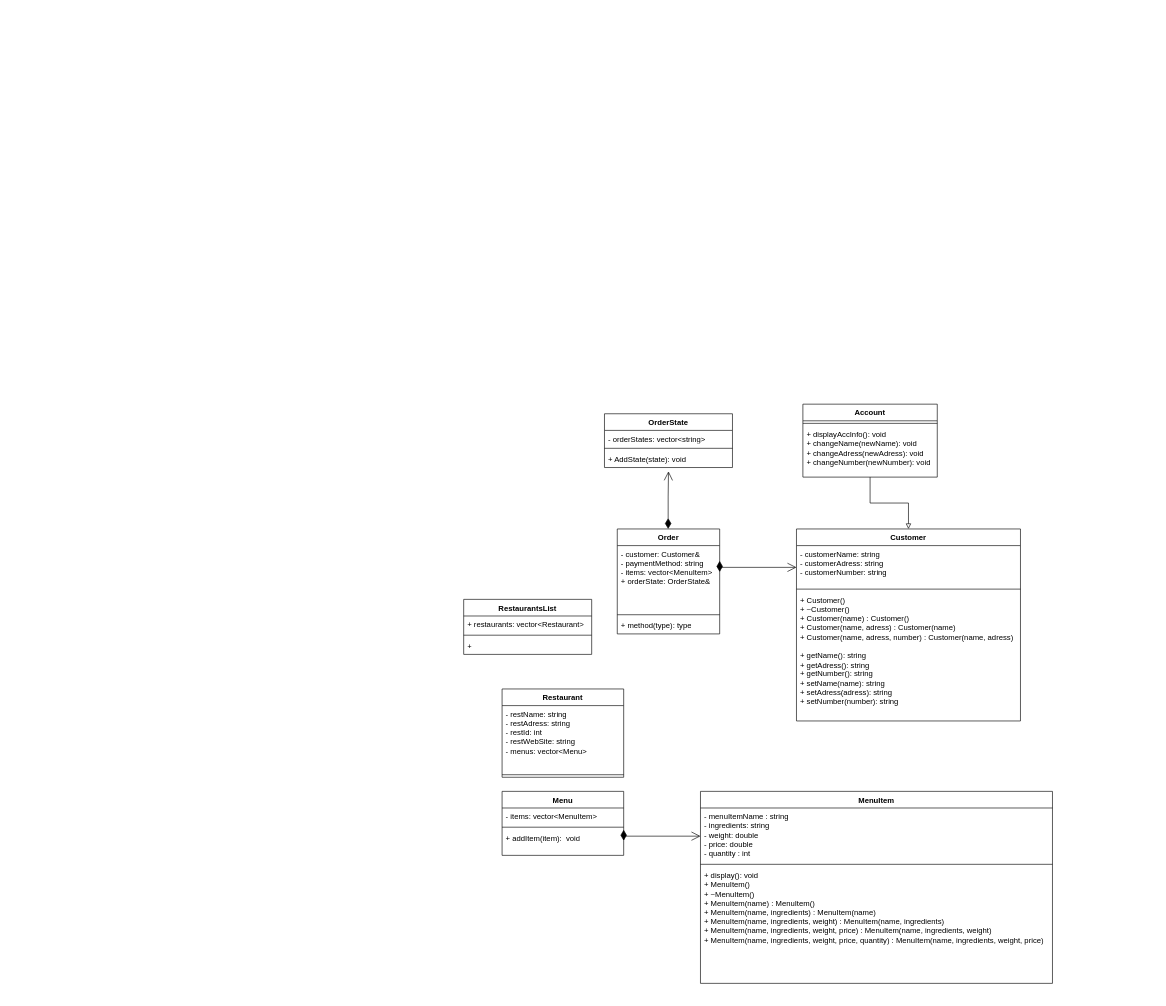
The draw.io diagram Діаграма без назви.drawio in peerpressurre/diagrams, before the edit. Source tidied: cells renumbered, new cells numbered last; positions are measured from the earlier drawing's top-left corner, leaving out a move shared by most shapes. Both pictures are drawn from the tidied source at 64%, with x=0, y=0 at pixel (463, 404).
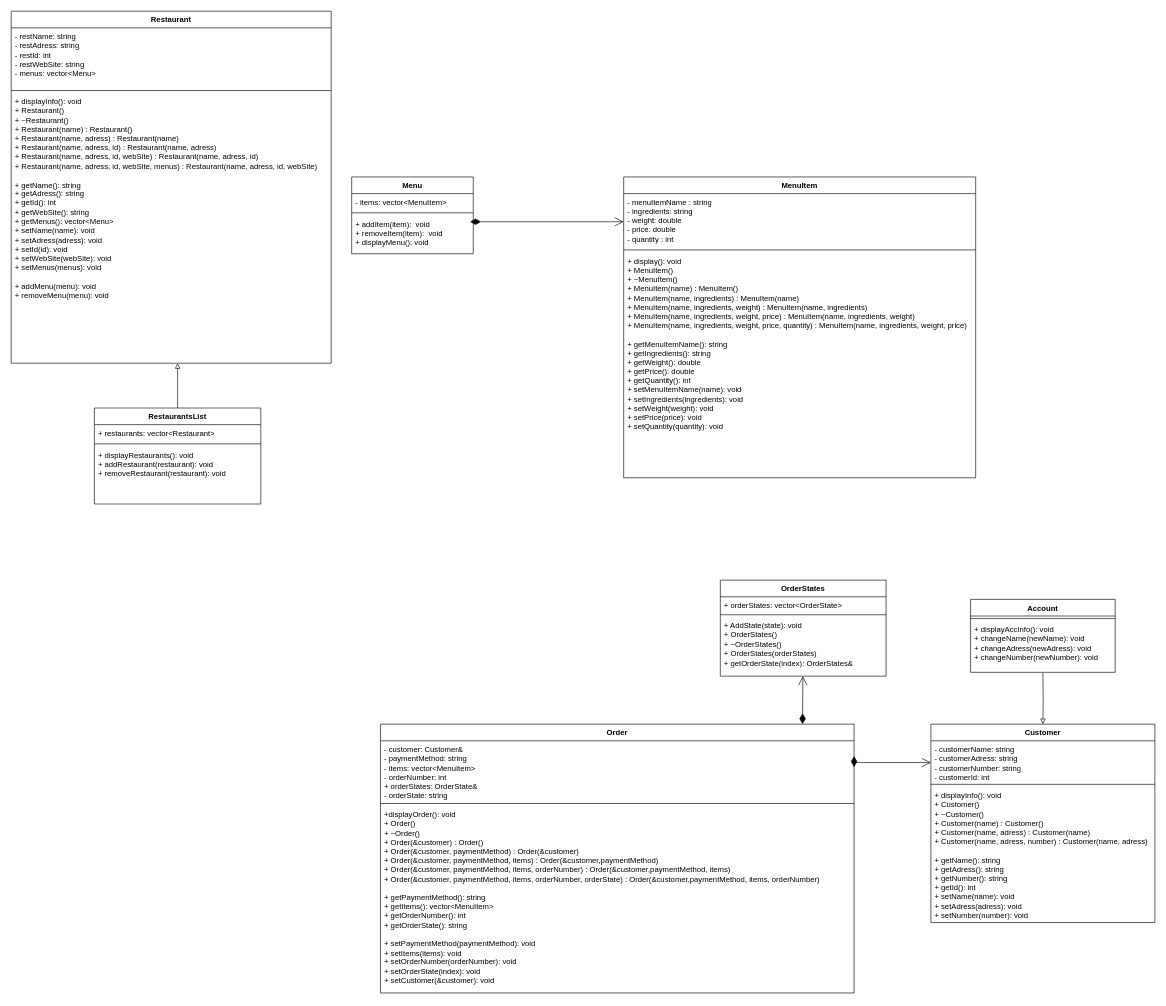
Above is the later version.

What changed in the source:
```diff
@@
     <mxCell id="2" value="Customer" style="swimlane;fontStyle=1;align=center;verticalAlign=top;horizontal=1;startSize=26;whiteSpace=wrap;html=1;" parent="1" vertex="1">
-      <mxGeometry x="520" y="195" width="350" height="300" as="geometry" />
+      <mxGeometry x="730" y="500" width="350" height="310" as="geometry" />
     </mxCell>
-    <mxCell id="3" value="- customerName: string&lt;br&gt;- customerAdress: string&lt;br&gt;- customerNumber: string" style="text;strokeColor=none;fillColor=none;align=left;verticalAlign=top;spacingLeft=4;spacingRight=4;overflow=hidden;whiteSpace=wrap;html=1;" parent="2" vertex="1">
+    <mxCell id="3" value="- customerName: string&lt;br&gt;- customerAdress: string&lt;br&gt;- customerNumber: string&lt;br&gt;- customerId: int" style="text;strokeColor=none;fillColor=none;align=left;verticalAlign=top;spacingLeft=4;spacingRight=4;overflow=hidden;whiteSpace=wrap;html=1;" parent="2" vertex="1">
       <mxGeometry y="26" width="350" height="64" as="geometry" />
     </mxCell>
@@
-    <mxCell id="5" value="+ Customer()&lt;br&gt;+ ~Customer()&lt;br&gt;+ Customer(name) : Customer()&lt;br&gt;+ Customer(name, adress) : Customer(name)&lt;br&gt;+ Customer(name, adress, number) : Customer(name, adress)&lt;br style=&quot;border-color: var(--border-color);&quot;&gt;&lt;br&gt;+ getName(): string&lt;br&gt;+ getAdress(): string&lt;br&gt;+ getNumber(): string&lt;br&gt;+ setName(name): string&lt;br style=&quot;border-color: var(--border-color);&quot;&gt;+ setAdress(adress): string&lt;br style=&quot;border-color: var(--border-color);&quot;&gt;+ setNumber(number): string" style="text;strokeColor=none;fillColor=none;align=left;verticalAlign=top;spacingLeft=4;spacingRight=4;overflow=hidden;whiteSpace=wrap;html=1;" parent="2" vertex="1">
-      <mxGeometry y="98" width="350" height="202" as="geometry" />
+    <mxCell id="5" value="+ displayInfo(): void&lt;br&gt;+ Customer()&lt;br&gt;+ ~Customer()&lt;br&gt;+ Customer(name) : Customer()&lt;br&gt;+ Customer(name, adress) : Customer(name)&lt;br&gt;+ Customer(name, adress, number) : Customer(name, adress)&lt;br style=&quot;border-color: var(--border-color);&quot;&gt;&lt;br&gt;+ getName(): string&lt;br&gt;+ getAdress(): string&lt;br&gt;+ getNumber(): string&lt;br&gt;+ getId(): int&lt;br&gt;+ setName(name): void&lt;br style=&quot;border-color: var(--border-color);&quot;&gt;+ setAdress(adress): void&lt;br style=&quot;border-color: var(--border-color);&quot;&gt;+ setNumber(number): void" style="text;strokeColor=none;fillColor=none;align=left;verticalAlign=top;spacingLeft=4;spacingRight=4;overflow=hidden;whiteSpace=wrap;html=1;" parent="2" vertex="1">
+      <mxGeometry y="98" width="350" height="212" as="geometry" />
     </mxCell>
     <mxCell id="6" value="MenuItem" style="swimlane;fontStyle=1;align=center;verticalAlign=top;horizontal=1;startSize=26;whiteSpace=wrap;html=1;" parent="1" vertex="1">
-      <mxGeometry x="370" y="605" width="550" height="300" as="geometry" />
+      <mxGeometry x="250" y="-355" width="550" height="470" as="geometry" />
     </mxCell>
@@
-    <mxCell id="9" value="+ display(): void&lt;br&gt;+ MenuItem()&lt;br&gt;+ ~MenuItem()&lt;br&gt;+ MenuItem(name) : MenuItem()&lt;br&gt;+ MenuItem(name, ingredients) : MenuItem(name)&lt;br&gt;+ MenuItem(name, ingredients, weight) : MenuItem(name, ingredients)&lt;br&gt;+ MenuItem(name, ingredients, weight, price) : MenuItem(name, ingredients, weight)&lt;br&gt;+ MenuItem(name, ingredients, weight, price, quantity) : MenuItem(name, ingredients, weight, price)" style="text;strokeColor=none;fillColor=none;align=left;verticalAlign=top;spacingLeft=4;spacingRight=4;overflow=hidden;whiteSpace=wrap;html=1;" parent="6" vertex="1">
-      <mxGeometry y="118" width="550" height="182" as="geometry" />
+    <mxCell id="9" value="+ display(): void&lt;br&gt;+ MenuItem()&lt;br&gt;+ ~MenuItem()&lt;br&gt;+ MenuItem(name) : MenuItem()&lt;br&gt;+ MenuItem(name, ingredients) : MenuItem(name)&lt;br&gt;+ MenuItem(name, ingredients, weight) : MenuItem(name, ingredients)&lt;br&gt;+ MenuItem(name, ingredients, weight, price) : MenuItem(name, ingredients, weight)&lt;br&gt;+ MenuItem(name, ingredients, weight, price, quantity) : MenuItem(name, ingredients, weight, price)&lt;br&gt;&lt;br&gt;+ getMenuItemName(): string&lt;br&gt;+ getIngredients(): string&lt;br&gt;+ getWeight(): double&lt;br&gt;+ getPrice(): double&lt;br&gt;+ getQuantity(): int&lt;br&gt;+ setMenuItemName(name): void&lt;br style=&quot;border-color: var(--border-color);&quot;&gt;+ setIngredients(ingredients): void&lt;br style=&quot;border-color: var(--border-color);&quot;&gt;+ setWeight(weight): void&lt;br style=&quot;border-color: var(--border-color);&quot;&gt;+ setPrice(price): void&lt;br style=&quot;border-color: var(--border-color);&quot;&gt;+ setQuantity(quantity): void" style="text;strokeColor=none;fillColor=none;align=left;verticalAlign=top;spacingLeft=4;spacingRight=4;overflow=hidden;whiteSpace=wrap;html=1;" parent="6" vertex="1">
+      <mxGeometry y="118" width="550" height="352" as="geometry" />
     </mxCell>
     <mxCell id="10" value="Menu" style="swimlane;fontStyle=1;align=center;verticalAlign=top;horizontal=1;startSize=26;whiteSpace=wrap;html=1;" parent="1" vertex="1">
-      <mxGeometry x="60" y="605" width="190" height="100" as="geometry" />
+      <mxGeometry x="-175" y="-355" width="190" height="120" as="geometry" />
     </mxCell>
@@
+    <mxCell id="19" style="endArrow=open;html=1;endSize=12;startArrow=diamondThin;startSize=14;startFill=1;edgeStyle=orthogonalEdgeStyle;align=left;verticalAlign=bottom;rounded=0;" parent="10" edge="1">
+      <mxGeometry x="-1" y="3" relative="1" as="geometry">
+        <mxPoint x="185" y="70" as="sourcePoint" />
+        <mxPoint x="425" y="70" as="targetPoint" />
+        <Array as="points">
+          <mxPoint x="425" y="70" />
+        </Array>
+      </mxGeometry>
+    </mxCell>
-    <mxCell id="13" value="+ addItem(item):&amp;nbsp; void" style="text;strokeColor=none;fillColor=none;align=left;verticalAlign=top;spacingLeft=4;spacingRight=4;overflow=hidden;whiteSpace=wrap;html=1;" parent="10" vertex="1">
-      <mxGeometry y="60" width="190" height="40" as="geometry" />
+    <mxCell id="13" value="+ addItem(item):&amp;nbsp; void&lt;br&gt;+ removeItem(item):&amp;nbsp; void&lt;br&gt;+ displayMenu(): void" style="text;strokeColor=none;fillColor=none;align=left;verticalAlign=top;spacingLeft=4;spacingRight=4;overflow=hidden;whiteSpace=wrap;html=1;" parent="10" vertex="1">
+      <mxGeometry y="60" width="190" height="60" as="geometry" />
     </mxCell>
     <mxCell id="14" value="Order" style="swimlane;fontStyle=1;align=center;verticalAlign=top;horizontal=1;startSize=26;whiteSpace=wrap;html=1;" parent="1" vertex="1">
-      <mxGeometry x="240" y="195" width="160" height="164" as="geometry" />
+      <mxGeometry x="-130" y="500" width="740" height="420" as="geometry" />
     </mxCell>
-    <mxCell id="15" value="-&amp;nbsp;customer: Customer&amp;amp;&lt;br&gt;- paymentMethod: string&lt;br&gt;- items: vector&amp;lt;MenuItem&amp;gt;&lt;br&gt;+ orderState:&amp;nbsp;OrderState&amp;amp;&lt;br&gt;&amp;nbsp;" style="text;strokeColor=none;fillColor=none;align=left;verticalAlign=top;spacingLeft=4;spacingRight=4;overflow=hidden;whiteSpace=wrap;html=1;" parent="14" vertex="1">
-      <mxGeometry y="26" width="160" height="104" as="geometry" />
+    <mxCell id="15" value="-&amp;nbsp;customer: Customer&amp;amp;&lt;br&gt;- paymentMethod: string&lt;br&gt;- items: vector&amp;lt;MenuItem&amp;gt;&lt;br&gt;- orderNumber: int&lt;br&gt;+ orderStates: OrderState&amp;amp;&lt;br&gt;- orderState: string" style="text;strokeColor=none;fillColor=none;align=left;verticalAlign=top;spacingLeft=4;spacingRight=4;overflow=hidden;whiteSpace=wrap;html=1;" parent="14" vertex="1">
+      <mxGeometry y="26" width="740" height="94" as="geometry" />
     </mxCell>
     <mxCell id="16" style="line;strokeWidth=1;fillColor=none;align=left;verticalAlign=middle;spacingTop=-1;spacingLeft=3;spacingRight=3;labelPosition=right;strokeColor=inherit;" parent="14" vertex="1">
-      <mxGeometry y="130" width="160" height="8" as="geometry" />
+      <mxGeometry y="120" width="740" height="8" as="geometry" />
     </mxCell>
-    <mxCell id="17" value="+ method(type): type" style="text;strokeColor=none;fillColor=none;align=left;verticalAlign=top;spacingLeft=4;spacingRight=4;overflow=hidden;whiteSpace=wrap;html=1;" parent="14" vertex="1">
-      <mxGeometry y="138" width="160" height="26" as="geometry" />
+    <mxCell id="17" value="+displayOrder(): void&lt;br&gt;+ Order()&lt;br&gt;+ ~Order()&lt;br&gt;+ Order(&amp;amp;customer) : Order()&lt;br&gt;+ Order(&amp;amp;customer, paymentMethod) : Order(&amp;amp;customer)&lt;br&gt;+ Order(&amp;amp;customer, paymentMethod, items) : Order(&amp;amp;customer,paymentMethod)&lt;br&gt;+ Order(&amp;amp;customer, paymentMethod, items, orderNumber) : Order(&amp;amp;customer,paymentMethod, items)&lt;br&gt;+ Order(&amp;amp;customer, paymentMethod, items, orderNumber, orderState) : Order(&amp;amp;customer,paymentMethod, items, orderNumber)&lt;br&gt;&lt;br&gt;+ getPaymentMethod(): string&lt;br&gt;+ getItems(): vector&amp;lt;MenuItem&amp;gt;&lt;br&gt;+ getOrderNumber(): int&lt;br&gt;+ getOrderState(): string&lt;br&gt;&lt;br&gt;+ setPaymentMethod(paymentMethod): void&lt;br style=&quot;border-color: var(--border-color);&quot;&gt;+ setItems(items): void&lt;br style=&quot;border-color: var(--border-color);&quot;&gt;+ setOrderNumber(orderNumber): void&lt;br style=&quot;border-color: var(--border-color);&quot;&gt;+ setOrderState(index): void&lt;br&gt;+ setCustomer(&amp;amp;customer): void" style="text;strokeColor=none;fillColor=none;align=left;verticalAlign=top;spacingLeft=4;spacingRight=4;overflow=hidden;whiteSpace=wrap;html=1;" parent="14" vertex="1">
+      <mxGeometry y="128" width="740" height="292" as="geometry" />
     </mxCell>
     <mxCell id="18" style="endArrow=open;html=1;endSize=12;startArrow=diamondThin;startSize=14;startFill=1;edgeStyle=orthogonalEdgeStyle;align=left;verticalAlign=bottom;rounded=0;" parent="1" edge="1">
       <mxGeometry x="-1" y="3" relative="1" as="geometry">
-        <mxPoint x="400" y="245" as="sourcePoint" />
-        <mxPoint x="520" y="255" as="targetPoint" />
+        <mxPoint x="610" y="550" as="sourcePoint" />
+        <mxPoint x="730" y="560" as="targetPoint" />
         <Array as="points">
-          <mxPoint x="400" y="255" />
+          <mxPoint x="610" y="560" />
         </Array>
       </mxGeometry>
     </mxCell>
-    <mxCell id="19" style="endArrow=open;html=1;endSize=12;startArrow=diamondThin;startSize=14;startFill=1;edgeStyle=orthogonalEdgeStyle;align=left;verticalAlign=bottom;rounded=0;" parent="1" edge="1">
-      <mxGeometry x="-1" y="3" relative="1" as="geometry">
-        <mxPoint x="250" y="665" as="sourcePoint" />
-        <mxPoint x="370" y="675" as="targetPoint" />
-        <Array as="points">
-          <mxPoint x="250" y="675" />
-        </Array>
-      </mxGeometry>
-    </mxCell>
-    <mxCell id="20" value="OrderState" style="swimlane;fontStyle=1;align=center;verticalAlign=top;horizontal=1;startSize=26;whiteSpace=wrap;html=1;" parent="1" vertex="1">
-      <mxGeometry x="220" y="15" width="200" height="84" as="geometry" />
+    <mxCell id="20" value="OrderStates" style="swimlane;fontStyle=1;align=center;verticalAlign=top;horizontal=1;startSize=26;whiteSpace=wrap;html=1;" parent="1" vertex="1">
+      <mxGeometry x="401" y="275" width="259" height="150" as="geometry" />
     </mxCell>
-    <mxCell id="21" value="- orderStates: vector&amp;lt;string&amp;gt;" style="text;strokeColor=none;fillColor=none;align=left;verticalAlign=top;spacingLeft=4;spacingRight=4;overflow=hidden;whiteSpace=wrap;html=1;" parent="20" vertex="1">
-      <mxGeometry y="26" width="200" height="24" as="geometry" />
+    <mxCell id="21" value="+ orderStates: vector&amp;lt;OrderState&amp;gt;&amp;nbsp;" style="text;strokeColor=none;fillColor=none;align=left;verticalAlign=top;spacingLeft=4;spacingRight=4;overflow=hidden;whiteSpace=wrap;html=1;" parent="20" vertex="1">
+      <mxGeometry y="26" width="259" height="24" as="geometry" />
     </mxCell>
     <mxCell id="22" style="line;strokeWidth=1;fillColor=none;align=left;verticalAlign=middle;spacingTop=-1;spacingLeft=3;spacingRight=3;labelPosition=right;strokeColor=inherit;" parent="20" vertex="1">
-      <mxGeometry y="50" width="200" height="8" as="geometry" />
+      <mxGeometry y="50" width="259" height="8" as="geometry" />
     </mxCell>
-    <mxCell id="23" value="+ AddState(state): void" style="text;strokeColor=none;fillColor=none;align=left;verticalAlign=top;spacingLeft=4;spacingRight=4;overflow=hidden;points=[[0,0.5],[1,0.5]];portConstraint=eastwest;whiteSpace=wrap;html=1;" parent="20" vertex="1">
-      <mxGeometry y="58" width="200" height="26" as="geometry" />
+    <mxCell id="23" value="+ AddState(state): void&lt;br&gt;+ OrderStates()&lt;br&gt;+ ~OrderStates()&lt;br style=&quot;border-color: var(--border-color);&quot;&gt;+ OrderStates(orderStates)&lt;br&gt;+ getOrderState(index): OrderStates&amp;amp;&amp;nbsp;" style="text;strokeColor=none;fillColor=none;align=left;verticalAlign=top;spacingLeft=4;spacingRight=4;overflow=hidden;points=[[0,0.5],[1,0.5]];portConstraint=eastwest;whiteSpace=wrap;html=1;" parent="20" vertex="1">
+      <mxGeometry y="58" width="259" height="92" as="geometry" />
     </mxCell>
-    <mxCell id="24" style="endArrow=open;html=1;endSize=12;startArrow=diamondThin;startSize=14;startFill=1;edgeStyle=orthogonalEdgeStyle;align=left;verticalAlign=bottom;rounded=0;" parent="1" edge="1">
+    <mxCell id="24" style="endArrow=open;html=1;endSize=12;startArrow=diamondThin;startSize=14;startFill=1;edgeStyle=orthogonalEdgeStyle;align=left;verticalAlign=bottom;rounded=0;entryX=0.498;entryY=1;entryDx=0;entryDy=0;entryPerimeter=0;" parent="1" edge="1" target="23">
       <mxGeometry x="-1" y="3" relative="1" as="geometry">
-        <mxPoint x="319.5" y="195" as="sourcePoint" />
-        <mxPoint x="320" y="105" as="targetPoint" />
-        <Array as="points">
-          <mxPoint x="319.5" y="145" />
-          <mxPoint x="319.5" y="145" />
-        </Array>
+        <mxPoint x="529.5" y="500" as="sourcePoint" />
       </mxGeometry>
     </mxCell>
-    <mxCell id="25" style="edgeStyle=orthogonalEdgeStyle;rounded=0;jettySize=auto;html=1;entryX=0.5;entryY=0;entryDx=0;entryDy=0;endArrow=block;endFill=0;" parent="1" edge="1" source="26" target="2">
-      <mxGeometry relative="1" as="geometry" />
+    <mxCell id="25" style="edgeStyle=orthogonalEdgeStyle;rounded=0;jettySize=auto;html=1;entryX=0.5;entryY=0;entryDx=0;entryDy=0;endArrow=block;endFill=0;" parent="1" edge="1" target="2">
+      <mxGeometry relative="1" as="geometry">
+        <mxPoint x="905" y="420" as="sourcePoint" />
+      </mxGeometry>
     </mxCell>
-    <mxCell id="26" value="Account" style="swimlane;fontStyle=1;align=center;verticalAlign=top;horizontal=1;startSize=26;whiteSpace=wrap;html=1;" parent="1" vertex="1">
-      <mxGeometry x="530" width="210" height="114" as="geometry" />
-    </mxCell>
-    <mxCell id="27" style="line;strokeWidth=1;fillColor=none;align=left;verticalAlign=middle;spacingTop=-1;spacingLeft=3;spacingRight=3;labelPosition=right;strokeColor=inherit;" parent="26" vertex="1">
-      <mxGeometry y="26" width="210" height="8" as="geometry" />
-    </mxCell>
-    <mxCell id="28" value="+ displayAccInfo(): void&lt;br&gt;+ changeName(newName): void&lt;br&gt;+ changeAdress(newAdress): void&lt;br&gt;+ changeNumber(newNumber): void" style="text;strokeColor=none;fillColor=none;align=left;verticalAlign=top;spacingLeft=4;spacingRight=4;overflow=hidden;whiteSpace=wrap;html=1;" parent="26" vertex="1">
-      <mxGeometry y="34" width="210" height="80" as="geometry" />
-    </mxCell>
-    <mxCell id="29" value="Restaurant" style="swimlane;fontStyle=1;align=center;verticalAlign=top;horizontal=1;startSize=26;whiteSpace=wrap;html=1;" parent="1" vertex="1">
-      <mxGeometry x="60" y="445" width="190" height="138" as="geometry" />
-    </mxCell>
-    <mxCell id="30" value="- restName: string&lt;br&gt;- restAdress: string&lt;br&gt;- restId: int&lt;br&gt;- restWebSite: string&lt;br&gt;- menus: vector&amp;lt;Menu&amp;gt;&amp;nbsp;" style="text;strokeColor=none;fillColor=none;align=left;verticalAlign=top;spacingLeft=4;spacingRight=4;overflow=hidden;whiteSpace=wrap;html=1;" parent="29" vertex="1">
-      <mxGeometry y="26" width="190" height="104" as="geometry" />
-    </mxCell>
-    <mxCell id="31" style="line;strokeWidth=1;fillColor=none;align=left;verticalAlign=middle;spacingTop=-1;spacingLeft=3;spacingRight=3;labelPosition=right;strokeColor=inherit;" parent="29" vertex="1">
-      <mxGeometry y="130" width="190" height="8" as="geometry" />
-    </mxCell>
+    <mxCell id="36" style="edgeStyle=orthogonalEdgeStyle;rounded=0;jettySize=auto;html=1;endArrow=block;endFill=0;entryX=0.5;entryY=1.019;entryDx=0;entryDy=0;entryPerimeter=0;" parent="1" edge="1" source="32">
+      <mxGeometry relative="1" as="geometry">
+        <mxPoint x="-447" y="-64" as="targetPoint" />
+        <Array as="points">
+          <mxPoint x="-447" y="-27.1" />
+          <mxPoint x="-447" y="-27.1" />
+        </Array>
+      </mxGeometry>
+    </mxCell>
     <mxCell id="32" value="RestaurantsList" style="swimlane;fontStyle=1;align=center;verticalAlign=top;horizontal=1;startSize=26;whiteSpace=wrap;html=1;" parent="1" vertex="1">
-      <mxGeometry y="305" width="200" height="86" as="geometry" />
+      <mxGeometry x="-577" y="6" width="260" height="150" as="geometry" />
     </mxCell>
     <mxCell id="33" value="+ restaurants: vector&amp;lt;Restaurant&amp;gt;" style="text;strokeColor=none;fillColor=none;align=left;verticalAlign=top;spacingLeft=4;spacingRight=4;overflow=hidden;whiteSpace=wrap;html=1;" parent="32" vertex="1">
-      <mxGeometry y="26" width="200" height="26" as="geometry" />
+      <mxGeometry y="26" width="260" height="26" as="geometry" />
     </mxCell>
     <mxCell id="34" style="line;strokeWidth=1;fillColor=none;align=left;verticalAlign=middle;spacingTop=-1;spacingLeft=3;spacingRight=3;labelPosition=right;strokeColor=inherit;" parent="32" vertex="1">
-      <mxGeometry y="52" width="200" height="8" as="geometry" />
+      <mxGeometry y="52" width="260" height="8" as="geometry" />
     </mxCell>
-    <mxCell id="35" value="+" style="text;strokeColor=none;fillColor=none;align=left;verticalAlign=top;spacingLeft=4;spacingRight=4;overflow=hidden;whiteSpace=wrap;html=1;" parent="32" vertex="1">
-      <mxGeometry y="60" width="200" height="26" as="geometry" />
+    <mxCell id="35" value="+ displayRestaurants(): void&lt;br&gt;+ addRestaurant(restaurant): void&lt;br&gt;+ removeRestaurant(restaurant): void" style="text;strokeColor=none;fillColor=none;align=left;verticalAlign=top;spacingLeft=4;spacingRight=4;overflow=hidden;whiteSpace=wrap;html=1;" parent="32" vertex="1">
+      <mxGeometry y="60" width="260" height="90" as="geometry" />
     </mxCell>
+    <mxCell id="29" value="Restaurant" style="swimlane;fontStyle=1;align=center;verticalAlign=top;horizontal=1;startSize=26;whiteSpace=wrap;html=1;" parent="1" vertex="1">
+      <mxGeometry x="-707" y="-614" width="500" height="550" as="geometry" />
+    </mxCell>
+    <mxCell id="30" value="- restName: string&lt;br style=&quot;border-color: var(--border-color);&quot;&gt;- restAdress: string&lt;br style=&quot;border-color: var(--border-color);&quot;&gt;- restId: int&lt;br style=&quot;border-color: var(--border-color);&quot;&gt;- restWebSite: string&lt;br style=&quot;border-color: var(--border-color);&quot;&gt;- menus: vector&amp;lt;Menu&amp;gt;&amp;nbsp;" style="text;strokeColor=none;fillColor=none;align=left;verticalAlign=top;spacingLeft=4;spacingRight=4;overflow=hidden;whiteSpace=wrap;html=1;" parent="29" vertex="1">
+      <mxGeometry y="26" width="500" height="94" as="geometry" />
+    </mxCell>
+    <mxCell id="37" style="line;strokeWidth=1;fillColor=none;align=left;verticalAlign=middle;spacingTop=-1;spacingLeft=3;spacingRight=3;labelPosition=right;strokeColor=inherit;" parent="29" vertex="1">
+      <mxGeometry y="120" width="500" height="8" as="geometry" />
+    </mxCell>
+    <mxCell id="38" value="+ displayInfo(): void&lt;br&gt;+ Restaurant()&lt;br&gt;+ ~Restaurant()&lt;br&gt;+ Restaurant(name) : Restaurant()&lt;br&gt;+ Restaurant(name, adress) : Restaurant(name)&lt;br&gt;+ Restaurant(name, adress, id) : Restaurant(name, adress)&lt;br&gt;+ Restaurant(name, adress, id, webSite) : Restaurant(name, adress, id)&lt;br&gt;+ Restaurant(name, adress, id, webSite, menus) : Restaurant(name, adress, id, webSite)&lt;br&gt;&lt;br&gt;+ getName(): string&lt;br&gt;+ getAdress(): string&lt;br&gt;+ getId(): int&lt;br&gt;+ getWebSite(): string&lt;br&gt;+ getMenus(): vector&amp;lt;Menu&amp;gt;&lt;br&gt;+ setName(name): void&lt;br style=&quot;border-color: var(--border-color);&quot;&gt;+ setAdress(adress): void&lt;br style=&quot;border-color: var(--border-color);&quot;&gt;+ setId(id): void&lt;br style=&quot;border-color: var(--border-color);&quot;&gt;+ setWebSite(webSite): void&lt;br style=&quot;border-color: var(--border-color);&quot;&gt;+ setMenus(menus): void&lt;br&gt;&lt;br&gt;+ addMenu(menu): void&lt;br&gt;+ removeMenu(menu): void" style="text;strokeColor=none;fillColor=none;align=left;verticalAlign=top;spacingLeft=4;spacingRight=4;overflow=hidden;whiteSpace=wrap;html=1;" parent="29" vertex="1">
+      <mxGeometry y="128" width="500" height="422" as="geometry" />
+    </mxCell>
+    <mxCell id="26" value="Account" style="swimlane;fontStyle=1;align=center;verticalAlign=top;horizontal=1;startSize=26;whiteSpace=wrap;html=1;" parent="1" vertex="1">
+      <mxGeometry x="792" y="305" width="226" height="114" as="geometry" />
+    </mxCell>
+    <mxCell id="39" style="line;strokeWidth=1;fillColor=none;align=left;verticalAlign=middle;spacingTop=-1;spacingLeft=3;spacingRight=3;labelPosition=right;strokeColor=inherit;" parent="26" vertex="1">
+      <mxGeometry y="26" width="226" height="8" as="geometry" />
+    </mxCell>
+    <mxCell id="28" value="+ displayAccInfo(): void&lt;br style=&quot;border-color: var(--border-color);&quot;&gt;+ changeName(newName): void&lt;br style=&quot;border-color: var(--border-color);&quot;&gt;+ changeAdress(newAdress): void&lt;br style=&quot;border-color: var(--border-color);&quot;&gt;+ changeNumber(newNumber): void" style="text;strokeColor=none;fillColor=none;align=left;verticalAlign=top;spacingLeft=4;spacingRight=4;overflow=hidden;whiteSpace=wrap;html=1;" parent="26" vertex="1">
+      <mxGeometry y="34" width="226" height="80" as="geometry" />
+    </mxCell>
```
